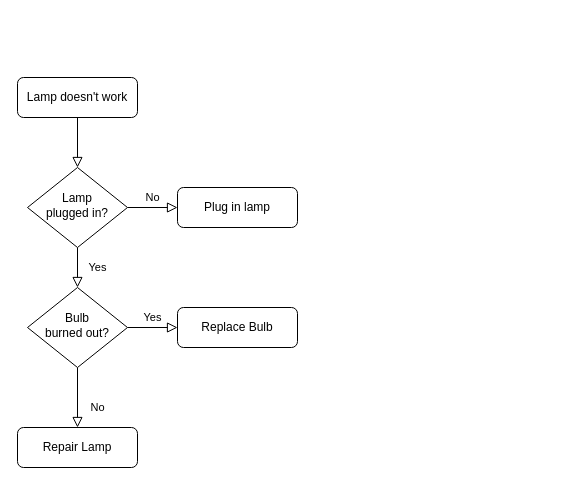
Before: sample.drawio in OksanaKulish/innovation-hub-2022-challenge-01, a draw.io diagram. Source tidied: cells renumbered, new cells numbered last; positions are measured from the earlier drawing's top-left corner, leaving out a move shared by most shapes. Both pictures are drawn from the tidied source at 100%, with x=0, y=0 at pixel (17, 77).
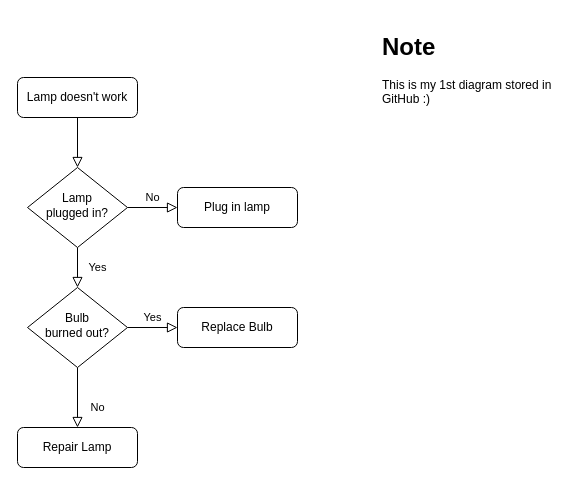
After the change.

The edit, as a diff of the source:
```diff
@@
 <mxGraphModel>
   <root>
     <mxCell id="0" />
     <mxCell id="1" parent="0" />
     <mxCell id="2" style="rounded=0;html=1;jettySize=auto;fontSize=11;endArrow=block;endFill=0;endSize=8;strokeWidth=1;shadow=0;labelBackgroundColor=none;edgeStyle=orthogonalEdgeStyle;" parent="1" edge="1" source="3" target="6">
       <mxGeometry relative="1" as="geometry" />
     </mxCell>
     <mxCell id="3" value="Lamp doesn't work" style="rounded=1;whiteSpace=wrap;html=1;fontSize=12;glass=0;strokeWidth=1;shadow=0;" parent="1" vertex="1">
       <mxGeometry width="120" height="40" as="geometry" />
     </mxCell>
     <mxCell id="4" value="Yes" style="rounded=0;html=1;jettySize=auto;fontSize=11;endArrow=block;endFill=0;endSize=8;strokeWidth=1;shadow=0;labelBackgroundColor=none;edgeStyle=orthogonalEdgeStyle;" parent="1" edge="1" source="6" target="10">
       <mxGeometry y="20" relative="1" as="geometry" />
     </mxCell>
     <mxCell id="5" value="No" style="edgeStyle=orthogonalEdgeStyle;rounded=0;html=1;jettySize=auto;fontSize=11;endArrow=block;endFill=0;endSize=8;strokeWidth=1;shadow=0;labelBackgroundColor=none;" parent="1" edge="1" source="6" target="7">
       <mxGeometry y="10" relative="1" as="geometry" />
     </mxCell>
     <mxCell id="6" value="Lamp&lt;br&gt;plugged in?" style="rhombus;whiteSpace=wrap;html=1;shadow=0;fontFamily=Helvetica;fontSize=12;align=center;strokeWidth=1;spacing=6;spacingTop=-4;" parent="1" vertex="1">
       <mxGeometry x="10" y="90" width="100" height="80" as="geometry" />
     </mxCell>
     <mxCell id="7" value="Plug in lamp" style="rounded=1;whiteSpace=wrap;html=1;fontSize=12;glass=0;strokeWidth=1;shadow=0;" parent="1" vertex="1">
       <mxGeometry x="160" y="110" width="120" height="40" as="geometry" />
     </mxCell>
     <mxCell id="8" value="No" style="rounded=0;html=1;jettySize=auto;fontSize=11;endArrow=block;endFill=0;endSize=8;strokeWidth=1;shadow=0;labelBackgroundColor=none;edgeStyle=orthogonalEdgeStyle;" parent="1" edge="1" source="10" target="11">
       <mxGeometry x="0.33" y="20" relative="1" as="geometry" />
     </mxCell>
     <mxCell id="9" value="Yes" style="edgeStyle=orthogonalEdgeStyle;rounded=0;html=1;jettySize=auto;fontSize=11;endArrow=block;endFill=0;endSize=8;strokeWidth=1;shadow=0;labelBackgroundColor=none;" parent="1" edge="1" source="10" target="12">
       <mxGeometry y="10" relative="1" as="geometry" />
     </mxCell>
     <mxCell id="10" value="Bulb&lt;br&gt;burned out?" style="rhombus;whiteSpace=wrap;html=1;shadow=0;fontFamily=Helvetica;fontSize=12;align=center;strokeWidth=1;spacing=6;spacingTop=-4;" parent="1" vertex="1">
       <mxGeometry x="10" y="210" width="100" height="80" as="geometry" />
     </mxCell>
     <mxCell id="11" value="Repair Lamp" style="rounded=1;whiteSpace=wrap;html=1;fontSize=12;glass=0;strokeWidth=1;shadow=0;" parent="1" vertex="1">
       <mxGeometry y="350" width="120" height="40" as="geometry" />
     </mxCell>
     <mxCell id="12" value="Replace Bulb" style="rounded=1;whiteSpace=wrap;html=1;fontSize=12;glass=0;strokeWidth=1;shadow=0;" parent="1" vertex="1">
       <mxGeometry x="160" y="230" width="120" height="40" as="geometry" />
     </mxCell>
+    <mxCell id="13" value="&lt;h1&gt;Note&lt;/h1&gt;&lt;p&gt;This is my 1st diagram stored in GitHub :)&lt;/p&gt;" style="text;html=1;strokeColor=none;fillColor=none;spacing=5;spacingTop=-20;whiteSpace=wrap;overflow=hidden;rounded=0;" parent="1" vertex="1">
+      <mxGeometry x="360" y="-50" width="190" height="120" as="geometry" />
+    </mxCell>
   </root>
 </mxGraphModel>
```
